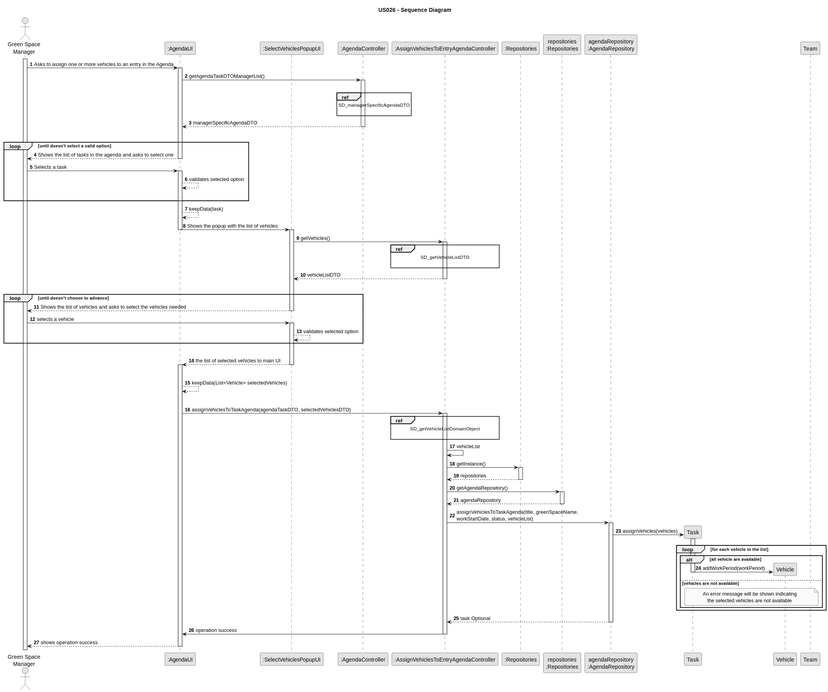
Rui-San/LAPR2_2023_2024 keeps this PlantUML diagram as docs/sprintC/us026/03.design/svg/us026-sequence-diagram.svg. Above is the earlier version.
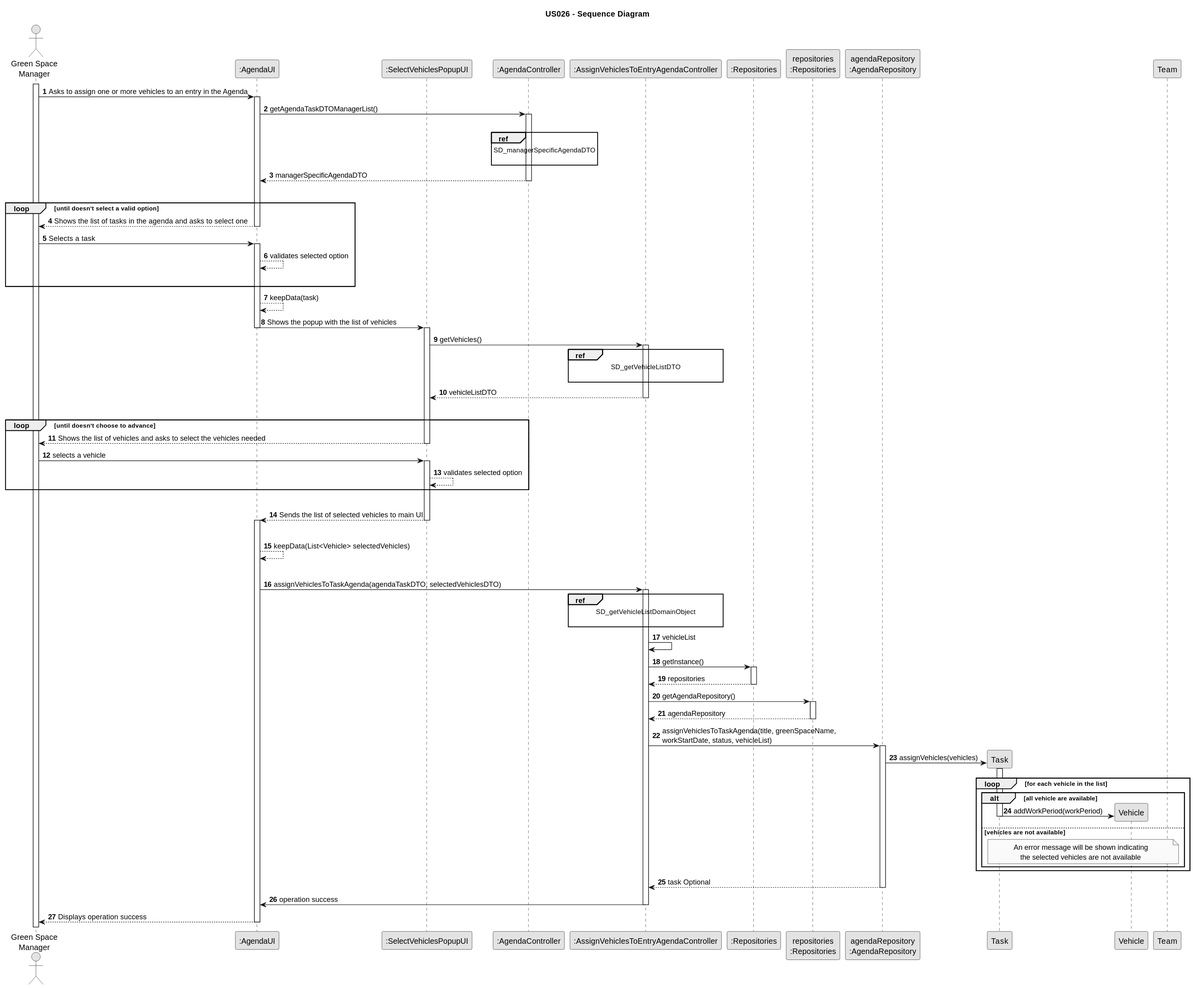
After the commit.

The edit, as a diff of the source:
```diff
@@ -71,7 +71,7 @@
 POPUP --> POPUP : validates selected option
 end loop
 |||
-POPUP --> UI : the list of selected vehicles to main UI
+POPUP --> UI : Sends the list of selected vehicles to main UI
 deactivate POPUP
 activate UI
     |||
@@ -129,6 +129,6 @@
 
 
 
-    UI --> GSM: shows operation success
+    UI --> GSM: Displays operation success
 deactivate UI
 @enduml
```
